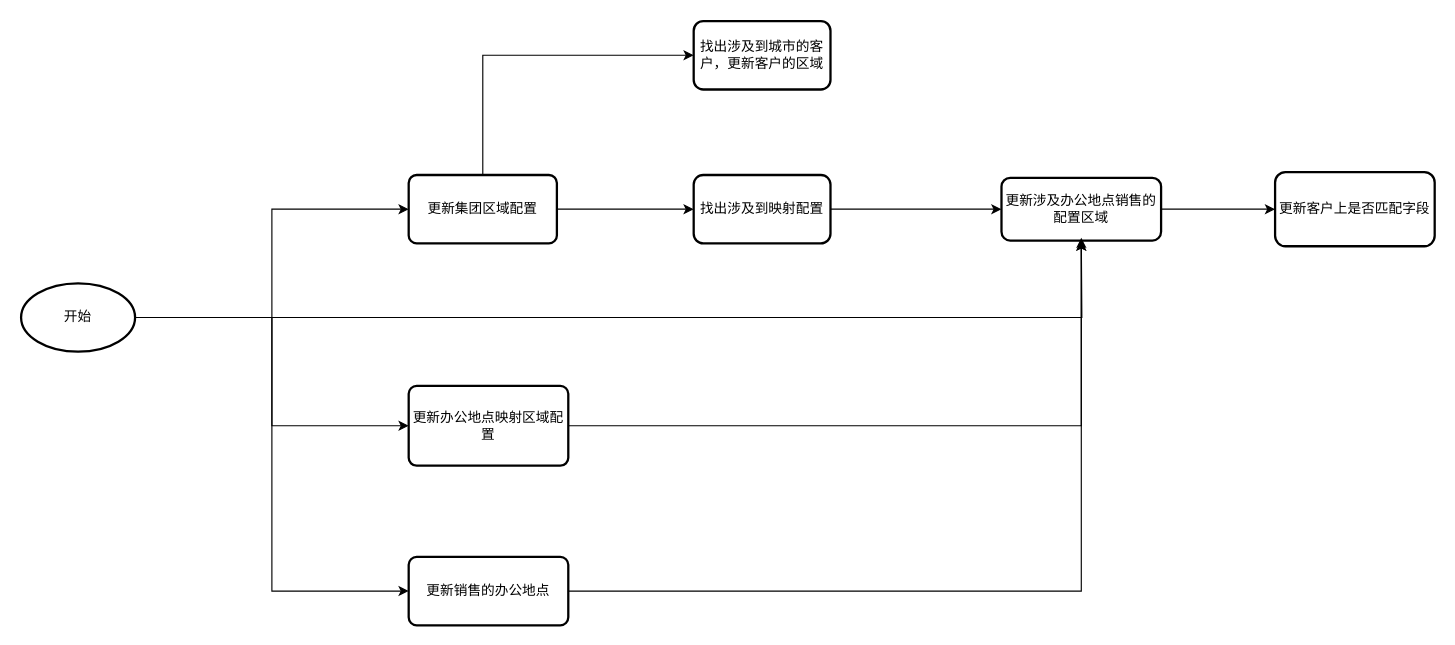
The draw.io diagram 2024年3月8日区域配置更新刷新逻辑.drawio in yyzim/my_drawio, before the edit. Source tidied: cells renumbered, new cells numbered last; positions are measured from the earlier drawing's top-left corner, leaving out a move shared by most shapes. Both pictures are drawn from the tidied source at 114%, with x=0, y=0 at pixel (21, 21).
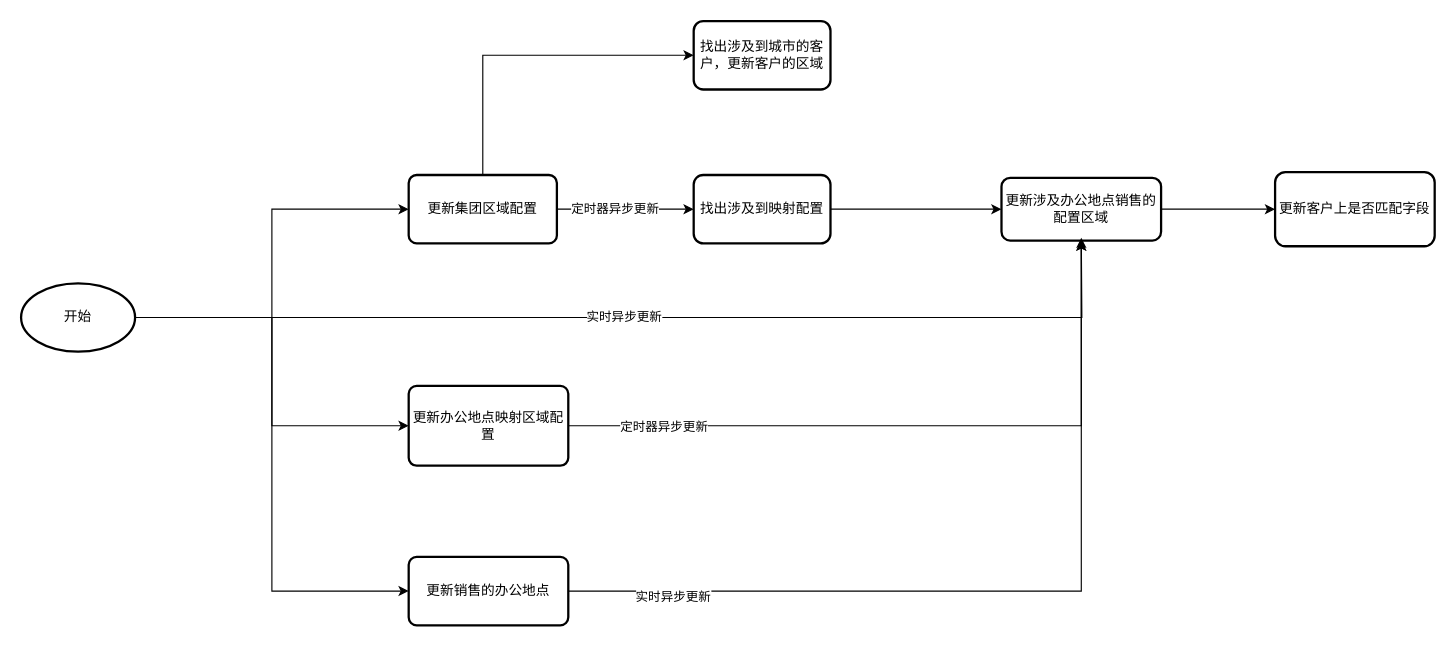
The same page after the edit.

Commit message (it also covers changes not shown here):
更新2024年3月8日区域配置更新刷新逻辑.drawio

The change refers to these unchanged cells:
```xml
<mxCell id="2" style="edgeStyle=orthogonalEdgeStyle;rounded=0;jettySize=auto;html=1;" parent="1" edge="1" source="3" target="5">
  <mxGeometry relative="1" as="geometry" />
</mxCell>
<mxCell id="8" style="edgeStyle=orthogonalEdgeStyle;rounded=0;jettySize=auto;html=1;" parent="1" edge="1" source="9" target="12">
  <mxGeometry relative="1" as="geometry" />
</mxCell>
<mxCell id="16" style="edgeStyle=orthogonalEdgeStyle;rounded=0;jettySize=auto;html=1;" parent="1" edge="1" source="17">
  <mxGeometry relative="1" as="geometry">
    <mxPoint x="930" y="190" as="targetPoint" />
  </mxGeometry>
</mxCell>
<mxCell id="19" style="edgeStyle=orthogonalEdgeStyle;rounded=0;jettySize=auto;html=1;entryX=0.5;entryY=1;entryDx=0;entryDy=0;" parent="1" edge="1" source="18" target="5">
  <mxGeometry relative="1" as="geometry" />
</mxCell>
```

The edit, as a diff of the source:
```diff
@@
+    <mxCell id="20" value="定时器异步更新" style="edgeLabel;html=1;align=center;verticalAlign=middle;" parent="2" vertex="1">
+      <mxGeometry x="-0.73" relative="1" as="geometry" />
+    </mxCell>
@@
+    <mxCell id="21" value="定时器异步更新" style="edgeLabel;html=1;align=center;verticalAlign=middle;" parent="8" vertex="1">
+      <mxGeometry x="-0.17" y="1" relative="1" as="geometry" />
+    </mxCell>
@@
+    <mxCell id="22" value="实时异步更新" style="edgeLabel;html=1;align=center;verticalAlign=middle;" parent="16" vertex="1">
+      <mxGeometry x="-0.05" y="1" relative="1" as="geometry" />
+    </mxCell>
@@
+    <mxCell id="23" value="实时异步更新" style="edgeLabel;html=1;align=center;verticalAlign=middle;" parent="19" vertex="1">
+      <mxGeometry x="-0.76" y="-4" relative="1" as="geometry" />
+    </mxCell>
```
